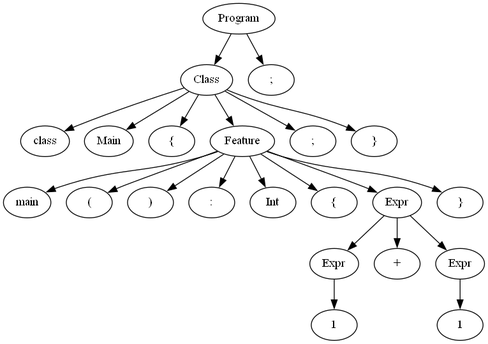
Before: output.gv.png, a diagram exported from Graphviz (Manuel-Archila/Proyecto0_CC). Its source is kept beside it as output.gv.
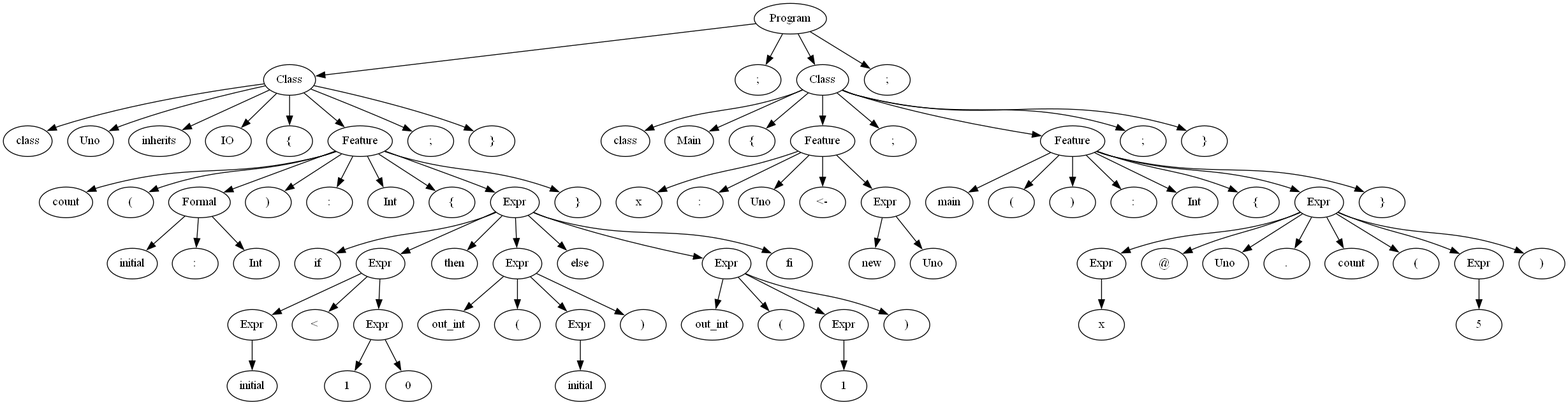
The same file after the commit.

Change to the diagram source:
```diff
@@ -5,41 +5,159 @@
 	1 -> 2
 	2 [label=class]
 	1 -> 3
-	3 [label=Main]
+	3 [label=Uno]
 	1 -> 4
-	4 [label="{"]
+	4 [label=inherits]
 	1 -> 5
-	5 [label=Feature]
-	5 -> 6
-	6 [label=main]
-	5 -> 7
-	7 [label="("]
-	5 -> 8
-	8 [label=")"]
-	5 -> 9
-	9 [label=":"]
-	5 -> 10
-	10 [label=Int]
-	5 -> 11
-	11 [label="{"]
-	5 -> 12
-	12 [label=Expr]
-	12 -> 13
-	13 [label=Expr]
-	13 -> 14
-	14 [label=1]
-	12 -> 15
-	15 [label="+"]
-	12 -> 16
-	16 [label=Expr]
-	16 -> 17
-	17 [label=1]
-	5 -> 18
-	18 [label="}"]
-	1 -> 19
-	19 [label=";"]
-	1 -> 20
-	20 [label="}"]
-	0 -> 21
-	21 [label=";"]
+	5 [label=IO]
+	1 -> 6
+	6 [label="{"]
+	1 -> 7
+	7 [label=Feature]
+	7 -> 8
+	8 [label=count]
+	7 -> 9
+	9 [label="("]
+	7 -> 10
+	10 [label=Formal]
+	10 -> 11
+	11 [label=initial]
+	10 -> 12
+	12 [label=":"]
+	10 -> 13
+	13 [label=Int]
+	7 -> 14
+	14 [label=")"]
+	7 -> 15
+	15 [label=":"]
+	7 -> 16
+	16 [label=Int]
+	7 -> 17
+	17 [label="{"]
+	7 -> 18
+	18 [label=Expr]
+	18 -> 19
+	19 [label=if]
+	18 -> 20
+	20 [label=Expr]
+	20 -> 21
+	21 [label=Expr]
+	21 -> 22
+	22 [label=initial]
+	20 -> 23
+	23 [label="<"]
+	20 -> 24
+	24 [label=Expr]
+	24 -> 25
+	25 [label=1]
+	24 -> 26
+	26 [label=0]
+	18 -> 27
+	27 [label=then]
+	18 -> 28
+	28 [label=Expr]
+	28 -> 29
+	29 [label=out_int]
+	28 -> 30
+	30 [label="("]
+	28 -> 31
+	31 [label=Expr]
+	31 -> 32
+	32 [label=initial]
+	28 -> 33
+	33 [label=")"]
+	18 -> 34
+	34 [label=else]
+	18 -> 35
+	35 [label=Expr]
+	35 -> 36
+	36 [label=out_int]
+	35 -> 37
+	37 [label="("]
+	35 -> 38
+	38 [label=Expr]
+	38 -> 39
+	39 [label=1]
+	35 -> 40
+	40 [label=")"]
+	18 -> 41
+	41 [label=fi]
+	7 -> 42
+	42 [label="}"]
+	1 -> 43
+	43 [label=";"]
+	1 -> 44
+	44 [label="}"]
+	0 -> 45
+	45 [label=";"]
+	0 -> 46
+	46 [label=Class]
+	46 -> 47
+	47 [label=class]
+	46 -> 48
+	48 [label=Main]
+	46 -> 49
+	49 [label="{"]
+	46 -> 50
+	50 [label=Feature]
+	50 -> 51
+	51 [label=x]
+	50 -> 52
+	52 [label=":"]
+	50 -> 53
+	53 [label=Uno]
+	50 -> 54
+	54 [label="<-"]
+	50 -> 55
+	55 [label=Expr]
+	55 -> 56
+	56 [label=new]
+	55 -> 57
+	57 [label=Uno]
+	46 -> 58
+	58 [label=";"]
+	46 -> 59
+	59 [label=Feature]
+	59 -> 60
+	60 [label=main]
+	59 -> 61
+	61 [label="("]
+	59 -> 62
+	62 [label=")"]
+	59 -> 63
+	63 [label=":"]
+	59 -> 64
+	64 [label=Int]
+	59 -> 65
+	65 [label="{"]
+	59 -> 66
+	66 [label=Expr]
+	66 -> 67
+	67 [label=Expr]
+	67 -> 68
+	68 [label=x]
+	66 -> 69
+	69 [label="@"]
+	66 -> 70
+	70 [label=Uno]
+	66 -> 71
+	71 [label="."]
+	66 -> 72
+	72 [label=count]
+	66 -> 73
+	73 [label="("]
+	66 -> 74
+	74 [label=Expr]
+	74 -> 75
+	75 [label=5]
+	66 -> 76
+	76 [label=")"]
+	59 -> 77
+	77 [label="}"]
+	46 -> 78
+	78 [label=";"]
+	46 -> 79
+	79 [label="}"]
+	0 -> 80
+	80 [label=";"]
 }
```
